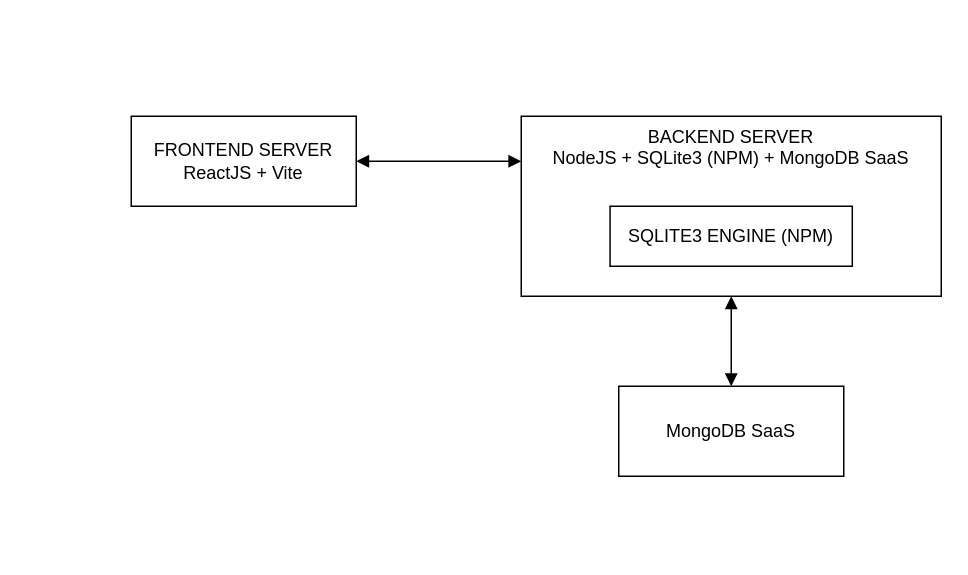
Earlier version of the draw.io diagram diagrams/Architecture.drawio (gabrieldiem/post-it-blog-app). Source tidied: cells renumbered, new cells numbered last; positions are measured from the earlier drawing's top-left corner, leaving out a move shared by most shapes. Both pictures are drawn from the tidied source at 150%, with x=0, y=0 at pixel (130, 116).
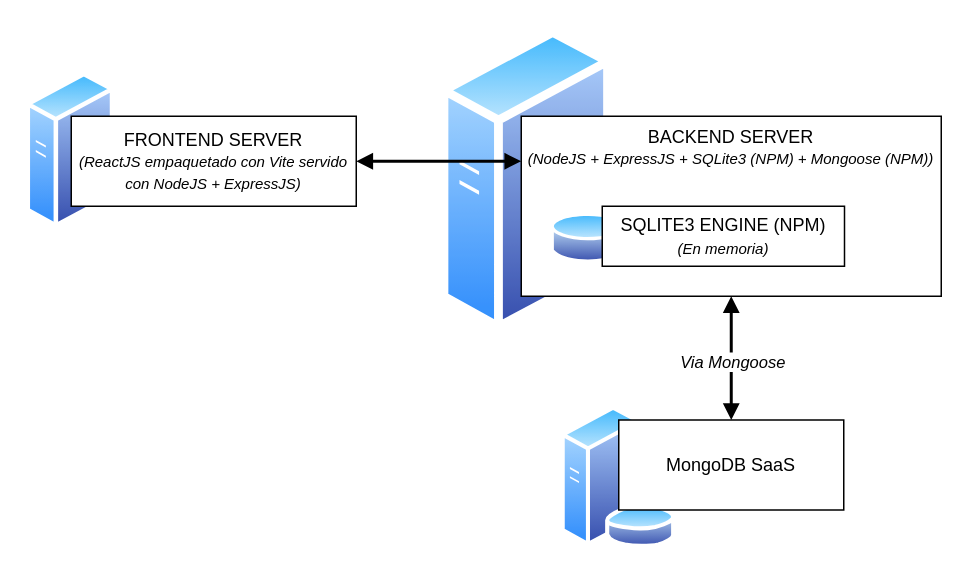
The same page after the edit.

Commit message:
feat: updated component diagram

The edit, as a diff of the source:
```diff
@@
 <mxGraphModel>
   <root>
     <mxCell id="0" />
     <mxCell id="1" parent="0" />
+    <mxCell id="9" style="image;perimeter=ellipsePerimeter;html=1;align=center;shadow=0;dashed=0;spacingTop=3;image=img/lib/active_directory/database_server.svg;opacity=80;" parent="1" vertex="1">
+      <mxGeometry x="286" y="193.3" width="77.9" height="95" as="geometry" />
+    </mxCell>
+    <mxCell id="10" style="image;perimeter=ellipsePerimeter;html=1;align=center;shadow=0;dashed=0;spacingTop=3;image=img/lib/active_directory/generic_server.svg;opacity=80;" parent="1" vertex="1">
+      <mxGeometry x="206" y="-60" width="115" height="205.3" as="geometry" />
+    </mxCell>
+    <mxCell id="11" style="image;perimeter=ellipsePerimeter;html=1;align=center;shadow=0;dashed=0;spacingTop=3;image=img/lib/active_directory/generic_server.svg;opacity=80;" parent="1" vertex="1">
+      <mxGeometry x="-70" y="-30" width="59.2" height="105.7" as="geometry" />
+    </mxCell>
-    <mxCell id="2" style="edgeStyle=orthogonalEdgeStyle;rounded=0;jettySize=auto;html=1;entryX=0;entryY=0.25;entryDx=0;entryDy=0;startArrow=block;startFill=1;endArrow=block;endFill=1;" parent="1" edge="1" source="3" target="5">
+    <mxCell id="2" style="edgeStyle=orthogonalEdgeStyle;rounded=0;jettySize=auto;html=1;entryX=0;entryY=0.25;entryDx=0;entryDy=0;startArrow=block;startFill=1;endArrow=block;endFill=1;strokeWidth=2;" parent="1" edge="1" source="3" target="5">
       <mxGeometry relative="1" as="geometry" />
     </mxCell>
-    <mxCell id="3" value="FRONTEND SERVER&lt;div&gt;ReactJS + Vite&lt;/div&gt;" style="rounded=0;whiteSpace=wrap;html=1;" parent="1" vertex="1">
-      <mxGeometry width="150" height="60" as="geometry" />
-    </mxCell>
     <mxCell id="4" style="group;" parent="1" vertex="1">
-      <mxGeometry x="260" width="280" height="120" as="geometry" />
+      <mxGeometry x="260" width="280" height="184.3" as="geometry" />
     </mxCell>
-    <mxCell id="5" value="BACKEND SERVER&lt;div&gt;NodeJS + SQLite3 (NPM) + MongoDB SaaS&lt;/div&gt;" style="rounded=0;whiteSpace=wrap;html=1;verticalAlign=top;" parent="4" vertex="1">
+    <mxCell id="5" value="BACKEND SERVER&lt;div&gt;&lt;i&gt;&lt;font style=&quot;font-size: 10px;&quot;&gt;(NodeJS + ExpressJS + SQLite3 (NPM) + Mongoose (NPM))&lt;/font&gt;&lt;/i&gt;&lt;/div&gt;" style="rounded=0;whiteSpace=wrap;html=1;verticalAlign=top;" parent="4" vertex="1">
       <mxGeometry width="280" height="120" as="geometry" />
     </mxCell>
+    <mxCell id="12" style="image;perimeter=ellipsePerimeter;html=1;align=center;shadow=0;dashed=0;spacingTop=3;image=img/lib/active_directory/database.svg;opacity=80;" parent="4" vertex="1">
+      <mxGeometry x="20" y="63" width="50" height="37" as="geometry" />
+    </mxCell>
-    <mxCell id="6" value="SQLITE3 ENGINE (NPM)" style="rounded=0;whiteSpace=wrap;html=1;" parent="4" vertex="1">
-      <mxGeometry x="59.2" y="60" width="161.5" height="40" as="geometry" />
+    <mxCell id="6" value="SQLITE3 ENGINE (NPM)&lt;div&gt;&lt;i&gt;&lt;font style=&quot;font-size: 10px;&quot;&gt;(En memoria)&lt;/font&gt;&lt;/i&gt;&lt;/div&gt;" style="rounded=0;whiteSpace=wrap;html=1;" parent="4" vertex="1">
+      <mxGeometry x="54" y="60" width="161.5" height="40" as="geometry" />
     </mxCell>
+    <mxCell id="3" value="FRONTEND SERVER&lt;div&gt;&lt;i&gt;&lt;font style=&quot;font-size: 10px;&quot;&gt;(ReactJS empaquetado con Vite servido con NodeJS + ExpressJS)&lt;/font&gt;&lt;/i&gt;&lt;/div&gt;" style="rounded=0;whiteSpace=wrap;html=1;" parent="1" vertex="1">
+      <mxGeometry x="-40" width="190" height="60" as="geometry" />
+    </mxCell>
     <mxCell id="7" value="MongoDB SaaS" style="rounded=0;whiteSpace=wrap;html=1;" parent="1" vertex="1">
-      <mxGeometry x="325" y="180" width="150" height="60" as="geometry" />
+      <mxGeometry x="325" y="202.5" width="150" height="60" as="geometry" />
     </mxCell>
-    <mxCell id="8" style="edgeStyle=orthogonalEdgeStyle;rounded=0;jettySize=auto;html=1;endArrow=block;endFill=1;startArrow=block;startFill=1;" parent="1" edge="1" source="5" target="7">
+    <mxCell id="8" style="edgeStyle=orthogonalEdgeStyle;rounded=0;jettySize=auto;html=1;endArrow=block;endFill=1;startArrow=block;startFill=1;strokeWidth=2;" parent="1" edge="1" source="5" target="7">
       <mxGeometry relative="1" as="geometry" />
     </mxCell>
+    <mxCell id="13" value="&lt;i&gt;Via Mongoose&lt;/i&gt;" style="edgeLabel;html=1;align=center;verticalAlign=middle;" parent="8" vertex="1">
+      <mxGeometry x="0.11" y="2" relative="1" as="geometry">
+        <mxPoint x="-2" y="-3" as="offset" />
+      </mxGeometry>
+    </mxCell>
   </root>
 </mxGraphModel>
```
